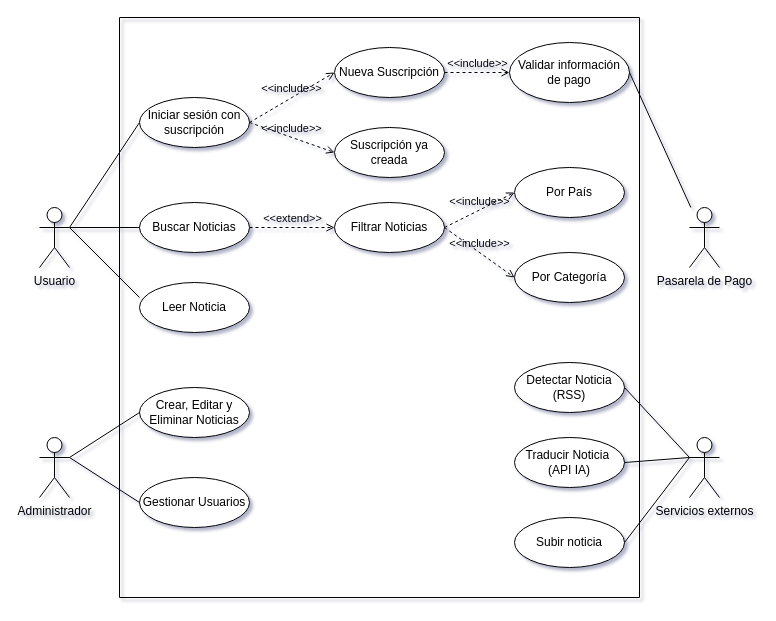
The draw.io diagram Proyecto Intermodular/Casos de Uso.drawio in AdriianVega/2_DAW, before the edit. Source tidied: cells renumbered, new cells numbered last; positions are measured from the earlier drawing's top-left corner, leaving out a move shared by most shapes. Both pictures are drawn from the tidied source at 100%, with x=0, y=0 at pixel (39, 17).
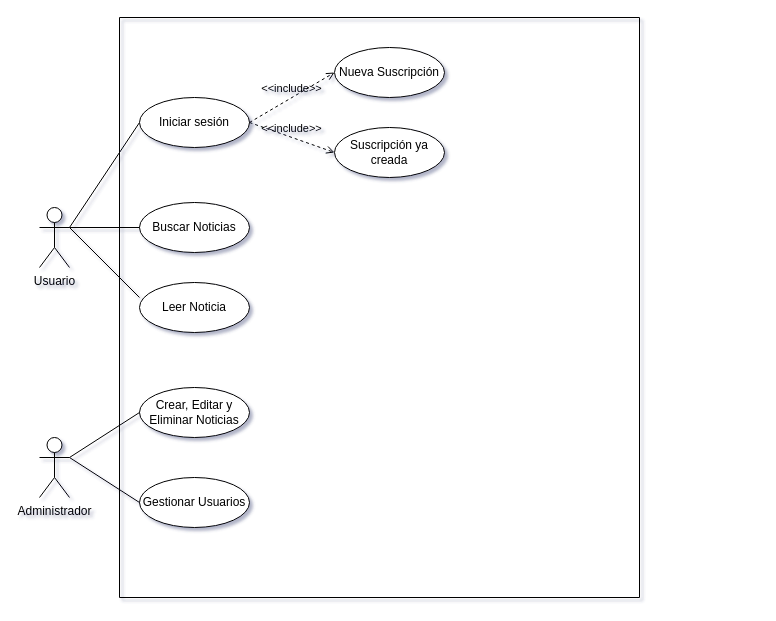
Above is the later version.

Commit message (it also covers changes not shown here):
Diagrama entidad relacion sin terminar proyecto

Unchanged cells that the change refers to:
```xml
<mxCell id="6" style="swimlane;startSize=0;" parent="1" vertex="1">
  <mxGeometry x="80" width="520" height="580" as="geometry" />
</mxCell>
<mxCell id="10" value="Nueva Suscripción" style="ellipse;whiteSpace=wrap;html=1;" parent="6" vertex="1">
  <mxGeometry x="215" y="30" width="110" height="50" as="geometry" />
</mxCell>
<mxCell id="21" value="Buscar Noticias" style="ellipse;whiteSpace=wrap;html=1;" parent="6" vertex="1">
  <mxGeometry x="20" y="185" width="110" height="50" as="geometry" />
</mxCell>
```

Change to the diagram source:
```diff
@@
-    <mxCell id="3" value="Pasarela de Pago" style="shape=umlActor;verticalLabelPosition=bottom;verticalAlign=top;html=1;" parent="1" vertex="1">
-      <mxGeometry x="650" y="190" width="30" height="60" as="geometry" />
-    </mxCell>
@@
-    <mxCell id="7" value="Iniciar sesión con suscripción" style="ellipse;whiteSpace=wrap;html=1;" parent="6" vertex="1">
+    <mxCell id="7" value="Iniciar sesión" style="ellipse;whiteSpace=wrap;html=1;" parent="6" vertex="1">
       <mxGeometry x="20" y="80" width="110" height="50" as="geometry" />
     </mxCell>
-    <mxCell id="8" value="Validar información&lt;div&gt;de pago&lt;/div&gt;" style="ellipse;whiteSpace=wrap;html=1;" parent="6" vertex="1">
-      <mxGeometry x="390" y="25" width="120" height="60" as="geometry" />
-    </mxCell>
@@
-    <mxCell id="13" value="Filtrar Noticias" style="ellipse;whiteSpace=wrap;html=1;" parent="6" vertex="1">
-      <mxGeometry x="215" y="185" width="110" height="50" as="geometry" />
-    </mxCell>
-    <mxCell id="14" value="Por País" style="ellipse;whiteSpace=wrap;html=1;" parent="6" vertex="1">
-      <mxGeometry x="395" y="150" width="110" height="50" as="geometry" />
-    </mxCell>
-    <mxCell id="15" value="Por Categoría" style="ellipse;whiteSpace=wrap;html=1;" parent="6" vertex="1">
-      <mxGeometry x="395" y="235" width="110" height="50" as="geometry" />
-    </mxCell>
-    <mxCell id="16" value="&amp;lt;&amp;lt;include&amp;gt;&amp;gt;" style="html=1;verticalAlign=bottom;labelBackgroundColor=none;endArrow=open;endFill=0;dashed=1;rounded=0;exitX=1;exitY=0.5;exitDx=0;exitDy=0;entryX=0;entryY=0.5;entryDx=0;entryDy=0;" parent="6" edge="1" source="13" target="14">
-      <mxGeometry relative="1" as="geometry" />
-    </mxCell>
-    <mxCell id="17" value="&amp;lt;&amp;lt;include&amp;gt;&amp;gt;" style="html=1;verticalAlign=bottom;labelBackgroundColor=none;endArrow=open;endFill=0;dashed=1;rounded=0;exitX=1;exitY=0.5;exitDx=0;exitDy=0;entryX=0;entryY=0.5;entryDx=0;entryDy=0;" parent="6" edge="1" source="13" target="15">
-      <mxGeometry relative="1" as="geometry" />
-    </mxCell>
@@
-    <mxCell id="22" value="&amp;lt;&amp;lt;extend&amp;gt;&amp;gt;" style="html=1;verticalAlign=bottom;labelBackgroundColor=none;endArrow=open;endFill=0;dashed=1;rounded=0;exitX=1;exitY=0.5;exitDx=0;exitDy=0;entryX=0;entryY=0.5;entryDx=0;entryDy=0;" parent="6" edge="1" source="21" target="13">
-      <mxGeometry relative="1" as="geometry" />
-    </mxCell>
-    <mxCell id="23" value="Detectar Noticia (RSS)" style="ellipse;whiteSpace=wrap;html=1;" parent="6" vertex="1">
-      <mxGeometry x="395" y="345" width="110" height="50" as="geometry" />
-    </mxCell>
-    <mxCell id="24" value="Traducir Noticia&amp;nbsp;&lt;div&gt;(API IA)&lt;/div&gt;" style="ellipse;whiteSpace=wrap;html=1;" parent="6" vertex="1">
-      <mxGeometry x="395" y="420" width="110" height="50" as="geometry" />
-    </mxCell>
-    <mxCell id="25" value="Subir noticia" style="ellipse;whiteSpace=wrap;html=1;" parent="6" vertex="1">
-      <mxGeometry x="395" y="500" width="110" height="50" as="geometry" />
-    </mxCell>
-    <mxCell id="26" value="&amp;lt;&amp;lt;include&amp;gt;&amp;gt;" style="html=1;verticalAlign=bottom;labelBackgroundColor=none;endArrow=open;endFill=0;dashed=1;rounded=0;exitX=1;exitY=0.5;exitDx=0;exitDy=0;entryX=0;entryY=0.5;entryDx=0;entryDy=0;" parent="6" edge="1" source="10" target="8">
-      <mxGeometry relative="1" as="geometry" />
-    </mxCell>
-    <mxCell id="27" style="endArrow=none;html=1;rounded=0;exitX=1;exitY=0.5;exitDx=0;exitDy=0;" parent="1" edge="1" source="8" target="3">
-      <mxGeometry relative="1" as="geometry" />
-    </mxCell>
-    <mxCell id="28" value="Servicios externos" style="shape=umlActor;verticalLabelPosition=bottom;verticalAlign=top;html=1;" parent="1" vertex="1">
-      <mxGeometry x="650" y="420" width="30" height="60" as="geometry" />
-    </mxCell>
@@
-    <mxCell id="33" style="endArrow=none;html=1;rounded=0;entryX=0;entryY=0.3333333333333333;entryDx=0;entryDy=0;entryPerimeter=0;exitX=1;exitY=0.5;exitDx=0;exitDy=0;" parent="1" edge="1" source="23" target="28">
-      <mxGeometry relative="1" as="geometry" />
-    </mxCell>
-    <mxCell id="34" style="endArrow=none;html=1;rounded=0;entryX=0;entryY=0.3333333333333333;entryDx=0;entryDy=0;entryPerimeter=0;exitX=1;exitY=0.5;exitDx=0;exitDy=0;" parent="1" edge="1" source="24" target="28">
-      <mxGeometry relative="1" as="geometry" />
-    </mxCell>
-    <mxCell id="35" style="endArrow=none;html=1;rounded=0;exitX=1;exitY=0.5;exitDx=0;exitDy=0;" parent="1" edge="1" source="25">
-      <mxGeometry relative="1" as="geometry">
-        <mxPoint x="650" y="440" as="targetPoint" />
-      </mxGeometry>
-    </mxCell>
```
